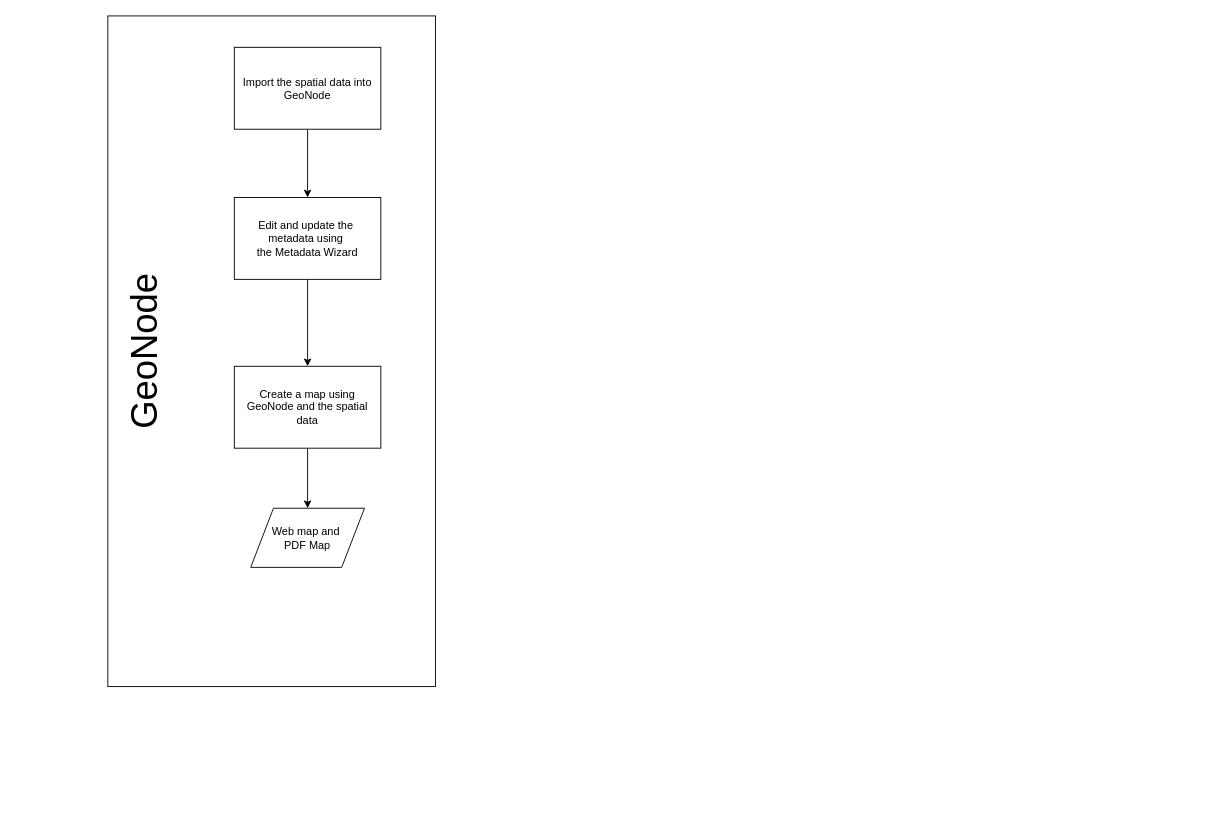
Before: page "GeoNode" (2 of 2) of Untitled Diagram.drawio in CamGreen/CamGreen.github.io, a draw.io diagram. Source tidied: cells renumbered, new cells numbered last; positions are measured from the earlier drawing's top-left corner, leaving out a move shared by most shapes. Both pictures are drawn from the tidied source at 91%, with x=0, y=0 at pixel (52, 15).
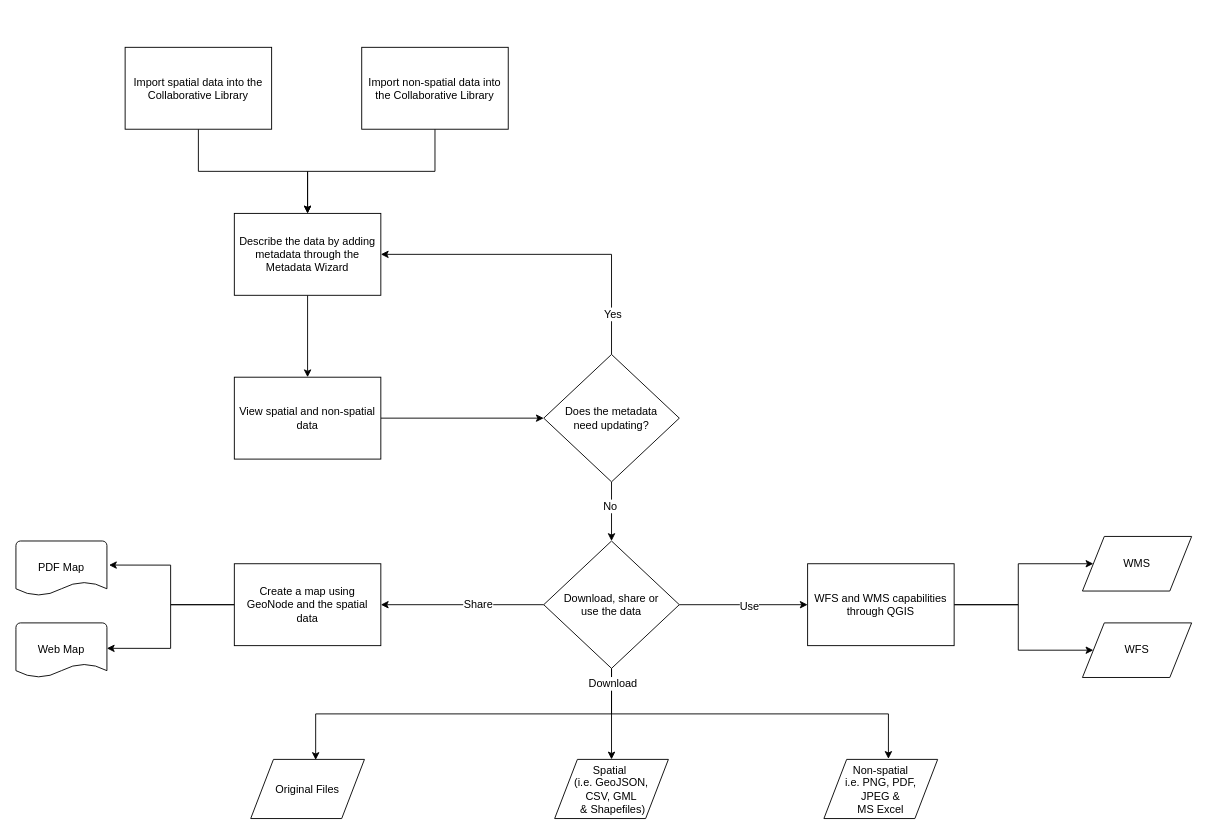
The same page after the edit.

What changed in the source:
```diff
@@
-    <mxCell id="2" style="rounded=0;whiteSpace=wrap;html=1;align=center;" parent="1" vertex="1">
-      <mxGeometry x="61" width="360" height="737" as="geometry" />
-    </mxCell>
@@
-    <mxCell id="4" value="&lt;div&gt;Import the spatial data into GeoNode&lt;/div&gt;" style="rounded=0;html=1;align=center;whiteSpace=wrap;" parent="1" vertex="1">
-      <mxGeometry x="200" y="34.5" width="161" height="90" as="geometry" />
+    <mxCell id="4" value="&lt;div&gt;Import non-spatial data into the Collaborative Library&lt;/div&gt;" style="rounded=0;html=1;align=center;whiteSpace=wrap;" parent="1" vertex="1">
+      <mxGeometry x="340" y="34.5" width="161" height="90" as="geometry" />
     </mxCell>
-    <mxCell id="5" value="&lt;font style=&quot;font-size: 40px&quot;&gt;GeoNode&lt;/font&gt;" style="text;html=1;strokeColor=none;fillColor=none;align=center;verticalAlign=middle;whiteSpace=wrap;rounded=0;rotation=-90;" parent="1" vertex="1">
-      <mxGeometry y="338.5" width="200" height="60" as="geometry" />
-    </mxCell>
-    <mxCell id="6" style="edgeStyle=orthogonalEdgeStyle;rounded=0;jettySize=auto;html=1;exitX=0.5;exitY=1;exitDx=0;exitDy=0;entryX=0.5;entryY=0;entryDx=0;entryDy=0;" parent="1" edge="1" source="7" target="9">
-      <mxGeometry relative="1" as="geometry" />
-    </mxCell>
+    <mxCell id="11" style="edgeStyle=orthogonalEdgeStyle;rounded=0;jettySize=auto;html=1;exitX=0.5;exitY=1;exitDx=0;exitDy=0;" parent="1" edge="1" source="7" target="17">
+      <mxGeometry relative="1" as="geometry" />
+    </mxCell>
-    <mxCell id="7" value="&lt;div&gt;Edit and update the&amp;nbsp;&lt;/div&gt;&lt;div&gt;metadata using&amp;nbsp;&lt;/div&gt;&lt;div&gt;the Metadata Wizard&lt;/div&gt;" style="rounded=0;html=1;align=center;whiteSpace=wrap;" parent="1" vertex="1">
-      <mxGeometry x="200" y="199.5" width="161" height="90" as="geometry" />
+    <mxCell id="7" value="&lt;div&gt;Describe the data by adding metadata through the Metadata Wizard&lt;/div&gt;" style="rounded=0;html=1;align=center;whiteSpace=wrap;" parent="1" vertex="1">
+      <mxGeometry x="200" y="217" width="161" height="90" as="geometry" />
     </mxCell>
-    <mxCell id="8" style="edgeStyle=orthogonalEdgeStyle;rounded=0;jettySize=auto;html=1;exitX=0.5;exitY=1;exitDx=0;exitDy=0;entryX=0.5;entryY=0;entryDx=0;entryDy=0;" parent="1" edge="1" source="9" target="10">
-      <mxGeometry relative="1" as="geometry" />
-    </mxCell>
+    <mxCell id="12" style="edgeStyle=orthogonalEdgeStyle;rounded=0;jettySize=auto;html=1;exitX=0;exitY=0.5;exitDx=0;exitDy=0;entryX=1.023;entryY=0.441;entryDx=0;entryDy=0;entryPerimeter=0;" parent="1" edge="1" source="9" target="37">
+      <mxGeometry relative="1" as="geometry" />
+    </mxCell>
+    <mxCell id="13" style="edgeStyle=orthogonalEdgeStyle;rounded=0;jettySize=auto;html=1;exitX=0;exitY=0.5;exitDx=0;exitDy=0;entryX=0.999;entryY=0.466;entryDx=0;entryDy=0;entryPerimeter=0;" parent="1" edge="1" source="9" target="38">
+      <mxGeometry relative="1" as="geometry" />
+    </mxCell>
     <mxCell id="9" value="&lt;div&gt;Create a map using GeoNode and the spatial data&lt;/div&gt;" style="rounded=0;html=1;align=center;whiteSpace=wrap;" parent="1" vertex="1">
-      <mxGeometry x="200" y="385" width="161" height="90" as="geometry" />
+      <mxGeometry x="200" y="602" width="161" height="90" as="geometry" />
     </mxCell>
-    <mxCell id="10" value="Web map and&amp;nbsp;&lt;br&gt;PDF Map" style="shape=parallelogram;perimeter=parallelogramPerimeter;whiteSpace=wrap;html=1;align=center;" parent="1" vertex="1">
-      <mxGeometry x="218" y="541" width="125" height="65" as="geometry" />
-    </mxCell>
+    <mxCell id="14" style="edgeStyle=orthogonalEdgeStyle;rounded=0;jettySize=auto;html=1;exitX=0.5;exitY=1;exitDx=0;exitDy=0;entryX=0.5;entryY=0;entryDx=0;entryDy=0;" parent="1" edge="1" source="15" target="7">
+      <mxGeometry relative="1" as="geometry" />
+    </mxCell>
+    <mxCell id="15" value="&lt;div&gt;Import spatial data into the Collaborative Library&lt;/div&gt;" style="rounded=0;html=1;align=center;whiteSpace=wrap;" parent="1" vertex="1">
+      <mxGeometry x="80" y="34.5" width="161" height="90" as="geometry" />
+    </mxCell>
+    <mxCell id="16" style="edgeStyle=orthogonalEdgeStyle;rounded=0;jettySize=auto;html=1;exitX=1;exitY=0.5;exitDx=0;exitDy=0;entryX=0;entryY=0.5;entryDx=0;entryDy=0;entryPerimeter=0;" parent="1" edge="1" source="17" target="22">
+      <mxGeometry relative="1" as="geometry" />
+    </mxCell>
+    <mxCell id="17" value="&lt;div&gt;View spatial and non-spatial data&lt;/div&gt;" style="rounded=0;html=1;align=center;whiteSpace=wrap;" parent="1" vertex="1">
+      <mxGeometry x="200" y="397" width="161" height="90" as="geometry" />
+    </mxCell>
+    <mxCell id="18" style="edgeStyle=orthogonalEdgeStyle;rounded=0;jettySize=auto;html=1;exitX=0.5;exitY=0;exitDx=0;exitDy=0;exitPerimeter=0;entryX=1;entryY=0.5;entryDx=0;entryDy=0;" parent="1" edge="1" source="22" target="7">
+      <mxGeometry relative="1" as="geometry" />
+    </mxCell>
+    <mxCell id="19" value="Yes" style="text;html=1;align=center;verticalAlign=middle;labelBackgroundColor=#ffffff;" parent="18" vertex="1">
+      <mxGeometry x="-0.75" y="-1" relative="1" as="geometry" />
+    </mxCell>
+    <mxCell id="20" style="edgeStyle=orthogonalEdgeStyle;rounded=0;jettySize=auto;html=1;exitX=0.5;exitY=1;exitDx=0;exitDy=0;exitPerimeter=0;entryX=0.5;entryY=0;entryDx=0;entryDy=0;" parent="1" edge="1" source="22" target="31">
+      <mxGeometry relative="1" as="geometry" />
+    </mxCell>
+    <mxCell id="21" value="No" style="text;html=1;align=center;verticalAlign=middle;labelBackgroundColor=#ffffff;" parent="20" vertex="1">
+      <mxGeometry x="-0.2" y="-2" relative="1" as="geometry" />
+    </mxCell>
+    <mxCell id="22" value="Does the metadata&lt;br&gt;need updating?" style="strokeWidth=1;html=1;shape=mxgraph.flowchart.decision;whiteSpace=wrap;align=center;" parent="1" vertex="1">
+      <mxGeometry x="540" y="372" width="149" height="140" as="geometry" />
+    </mxCell>
+    <mxCell id="23" style="edgeStyle=orthogonalEdgeStyle;rounded=0;jettySize=auto;html=1;exitX=0;exitY=0.5;exitDx=0;exitDy=0;entryX=1;entryY=0.5;entryDx=0;entryDy=0;" parent="1" edge="1" source="31" target="9">
+      <mxGeometry relative="1" as="geometry" />
+    </mxCell>
+    <mxCell id="24" value="Share" style="text;html=1;align=center;verticalAlign=middle;labelBackgroundColor=#ffffff;" parent="23" vertex="1">
+      <mxGeometry x="-0.18" y="-1" relative="1" as="geometry" />
+    </mxCell>
+    <mxCell id="25" style="edgeStyle=orthogonalEdgeStyle;rounded=0;jettySize=auto;html=1;exitX=1;exitY=0.5;exitDx=0;exitDy=0;entryX=0;entryY=0.5;entryDx=0;entryDy=0;" parent="1" edge="1" source="31" target="34">
+      <mxGeometry relative="1" as="geometry" />
+    </mxCell>
+    <mxCell id="26" value="Use" style="text;html=1;align=center;verticalAlign=middle;labelBackgroundColor=#ffffff;" parent="25" vertex="1">
+      <mxGeometry x="0.08" y="-1" relative="1" as="geometry" />
+    </mxCell>
+    <mxCell id="27" style="edgeStyle=orthogonalEdgeStyle;rounded=0;jettySize=auto;html=1;exitX=0.5;exitY=1;exitDx=0;exitDy=0;entryX=0.5;entryY=0;entryDx=0;entryDy=0;" parent="1" edge="1" source="31" target="40">
+      <mxGeometry relative="1" as="geometry" />
+    </mxCell>
+    <mxCell id="28" style="edgeStyle=orthogonalEdgeStyle;rounded=0;jettySize=auto;html=1;exitX=0.5;exitY=1;exitDx=0;exitDy=0;entryX=0.571;entryY=0.009;entryDx=0;entryDy=0;entryPerimeter=0;" parent="1" edge="1" source="31" target="39">
+      <mxGeometry relative="1" as="geometry" />
+    </mxCell>
+    <mxCell id="29" style="edgeStyle=orthogonalEdgeStyle;rounded=0;jettySize=auto;html=1;exitX=0.5;exitY=1;exitDx=0;exitDy=0;entryX=0.567;entryY=-0.009;entryDx=0;entryDy=0;entryPerimeter=0;" parent="1" edge="1" source="31" target="41">
+      <mxGeometry relative="1" as="geometry" />
+    </mxCell>
+    <mxCell id="30" value="Download" style="text;html=1;align=center;verticalAlign=middle;labelBackgroundColor=#ffffff;" parent="29" vertex="1">
+      <mxGeometry x="-0.92" y="1" relative="1" as="geometry" />
+    </mxCell>
+    <mxCell id="31" value="Download,&amp;nbsp;share or &lt;br&gt;use the data" style="rhombus;whiteSpace=wrap;html=1;strokeWidth=1;align=center;" parent="1" vertex="1">
+      <mxGeometry x="540" y="577" width="149" height="140" as="geometry" />
+    </mxCell>
+    <mxCell id="32" style="edgeStyle=orthogonalEdgeStyle;rounded=0;jettySize=auto;html=1;exitX=1;exitY=0.5;exitDx=0;exitDy=0;entryX=0;entryY=0.5;entryDx=0;entryDy=0;" parent="1" edge="1" source="34" target="35">
+      <mxGeometry relative="1" as="geometry" />
+    </mxCell>
+    <mxCell id="33" style="edgeStyle=orthogonalEdgeStyle;rounded=0;jettySize=auto;html=1;exitX=1;exitY=0.5;exitDx=0;exitDy=0;entryX=0;entryY=0.5;entryDx=0;entryDy=0;" parent="1" edge="1" source="34" target="36">
+      <mxGeometry relative="1" as="geometry" />
+    </mxCell>
+    <mxCell id="34" value="&lt;div&gt;WFS and WMS capabilities through QGIS&lt;/div&gt;" style="rounded=0;html=1;align=center;whiteSpace=wrap;" parent="1" vertex="1">
+      <mxGeometry x="830" y="602" width="161" height="90" as="geometry" />
+    </mxCell>
+    <mxCell id="35" value="WMS" style="shape=parallelogram;perimeter=parallelogramPerimeter;whiteSpace=wrap;html=1;strokeWidth=1;align=center;" parent="1" vertex="1">
+      <mxGeometry x="1132" y="572" width="120" height="60" as="geometry" />
+    </mxCell>
+    <mxCell id="36" value="WFS" style="shape=parallelogram;perimeter=parallelogramPerimeter;whiteSpace=wrap;html=1;strokeWidth=1;align=center;" parent="1" vertex="1">
+      <mxGeometry x="1132" y="667" width="120" height="60" as="geometry" />
+    </mxCell>
+    <mxCell id="37" value="PDF Map" style="strokeWidth=1;html=1;shape=mxgraph.flowchart.document2;whiteSpace=wrap;size=0.25;align=center;" parent="1" vertex="1">
+      <mxGeometry x="-40" y="577" width="100" height="60" as="geometry" />
+    </mxCell>
+    <mxCell id="38" value="Web Map" style="strokeWidth=1;html=1;shape=mxgraph.flowchart.document2;whiteSpace=wrap;size=0.25;align=center;" parent="1" vertex="1">
+      <mxGeometry x="-40" y="667" width="100" height="60" as="geometry" />
+    </mxCell>
+    <mxCell id="39" value="Original Files" style="shape=parallelogram;perimeter=parallelogramPerimeter;whiteSpace=wrap;html=1;align=center;" parent="1" vertex="1">
+      <mxGeometry x="218" y="817" width="125" height="65" as="geometry" />
+    </mxCell>
+    <mxCell id="40" value="Spatial&amp;nbsp;&lt;br&gt;(i.e. GeoJSON, &lt;br&gt;CSV, GML&lt;br&gt;&amp;nbsp;&amp;amp; Shapefiles)" style="shape=parallelogram;perimeter=parallelogramPerimeter;whiteSpace=wrap;html=1;align=center;" parent="1" vertex="1">
+      <mxGeometry x="552" y="817" width="125" height="65" as="geometry" />
+    </mxCell>
+    <mxCell id="41" value="Non-spatial&lt;br&gt;i.e. PNG, PDF, &lt;br&gt;JPEG &amp;amp;&lt;br&gt;MS Excel" style="shape=parallelogram;perimeter=parallelogramPerimeter;whiteSpace=wrap;html=1;align=center;" parent="1" vertex="1">
+      <mxGeometry x="847.9" y="817" width="125" height="65" as="geometry" />
+    </mxCell>
```
